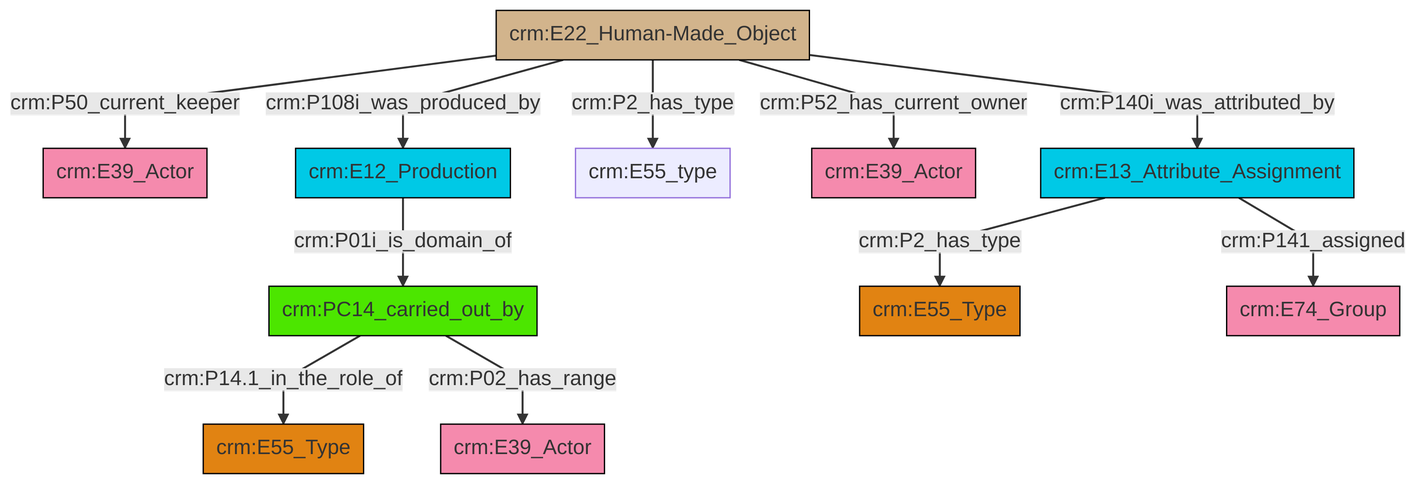
The Mermaid diagram et/artworkCSV/ttl/mmd/png/Artwork_Actor_Relations.png in swiss-art-research-net/docs.swissartresearch, before a commit. Its source is kept beside it as et/artworkCSV/ttl/mmd/Artwork_Actor_Relations.ttl.mmd.
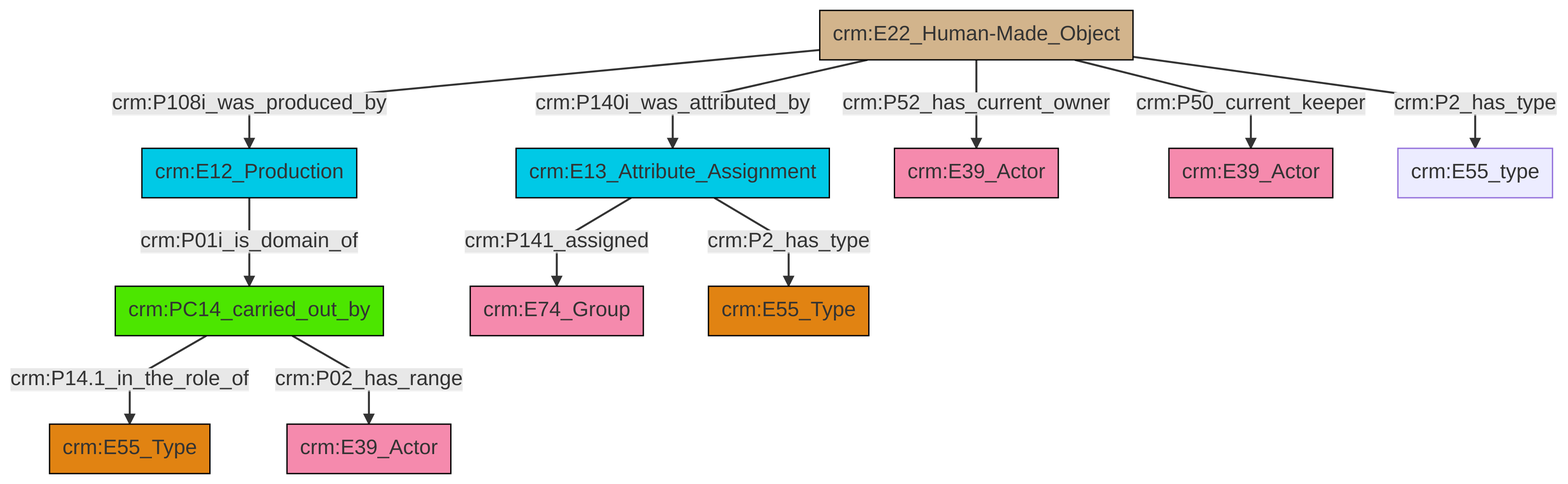
After the change.

Change to the diagram source:
```diff
@@ -13,13 +13,13 @@
 classDef PC_Classes fill:#4ce600, stroke:#000000;
 classDef Multi fill:#cccccc,stroke:#000000;
 
-0["crm:E22_Human-Made_Object"]:::Physical_Thing -->|crm:P50_current_keeper| 1["crm:E39_Actor"]:::Actor
-2["crm:PC14_carried_out_by"]:::PC_Classes -->|crm:P14.1_in_the_role_of| 3["crm:E55_Type"]:::Type
-0["crm:E22_Human-Made_Object"]:::Physical_Thing -->|crm:P140i_was_attributed_by| 4["crm:E13_Attribute_Assignment"]:::Temporal_Entity
-2["crm:PC14_carried_out_by"]:::PC_Classes -->|crm:P02_has_range| 5["crm:E39_Actor"]:::Actor
-0["crm:E22_Human-Made_Object"]:::Physical_Thing -->|crm:P2_has_type| 7["crm:E55_type"]:::Default
-4["crm:E13_Attribute_Assignment"]:::Temporal_Entity -->|crm:P2_has_type| 8["crm:E55_Type"]:::Type
-4["crm:E13_Attribute_Assignment"]:::Temporal_Entity -->|crm:P141_assigned| 12["crm:E74_Group"]:::Actor
-0["crm:E22_Human-Made_Object"]:::Physical_Thing -->|crm:P52_has_current_owner| 14["crm:E39_Actor"]:::Actor
-16["crm:E12_Production"]:::Temporal_Entity -->|crm:P01i_is_domain_of| 2["crm:PC14_carried_out_by"]:::PC_Classes
-0["crm:E22_Human-Made_Object"]:::Physical_Thing -->|crm:P108i_was_produced_by| 16["crm:E12_Production"]:::Temporal_Entity
+2["crm:E22_Human-Made_Object"]:::Physical_Thing -->|crm:P108i_was_produced_by| 3["crm:E12_Production"]:::Temporal_Entity
+5["crm:PC14_carried_out_by"]:::PC_Classes -->|crm:P14.1_in_the_role_of| 6["crm:E55_Type"]:::Type
+2["crm:E22_Human-Made_Object"]:::Physical_Thing -->|crm:P140i_was_attributed_by| 7["crm:E13_Attribute_Assignment"]:::Temporal_Entity
+2["crm:E22_Human-Made_Object"]:::Physical_Thing -->|crm:P52_has_current_owner| 11["crm:E39_Actor"]:::Actor
+7["crm:E13_Attribute_Assignment"]:::Temporal_Entity -->|crm:P141_assigned| 0["crm:E74_Group"]:::Actor
+2["crm:E22_Human-Made_Object"]:::Physical_Thing -->|crm:P50_current_keeper| 18["crm:E39_Actor"]:::Actor
+5["crm:PC14_carried_out_by"]:::PC_Classes -->|crm:P02_has_range| 8["crm:E39_Actor"]:::Actor
+2["crm:E22_Human-Made_Object"]:::Physical_Thing -->|crm:P2_has_type| 16["crm:E55_type"]:::Default
+3["crm:E12_Production"]:::Temporal_Entity -->|crm:P01i_is_domain_of| 5["crm:PC14_carried_out_by"]:::PC_Classes
+7["crm:E13_Attribute_Assignment"]:::Temporal_Entity -->|crm:P2_has_type| 13["crm:E55_Type"]:::Type
```
